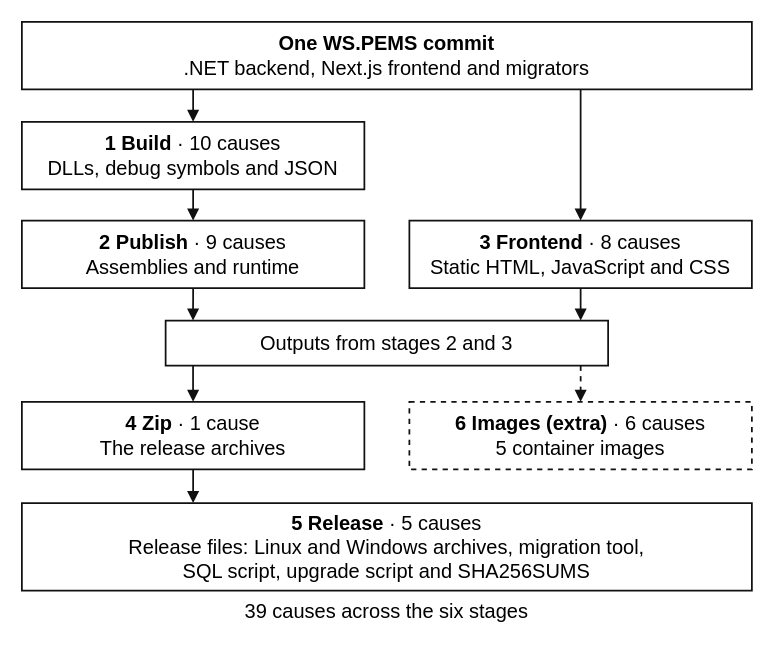
This is 1-ws-pems/figures/rq1-stages-overview.drawio from leosakharoff/dotnet-rebuild-experiments, a draw.io file, before an edit. Source tidied: cells renumbered, new cells numbered last; positions are measured from the earlier drawing's top-left corner, leaving out a move shared by most shapes. Both pictures are drawn from the tidied source at 125%, with x=0, y=0 at pixel (21, 21).
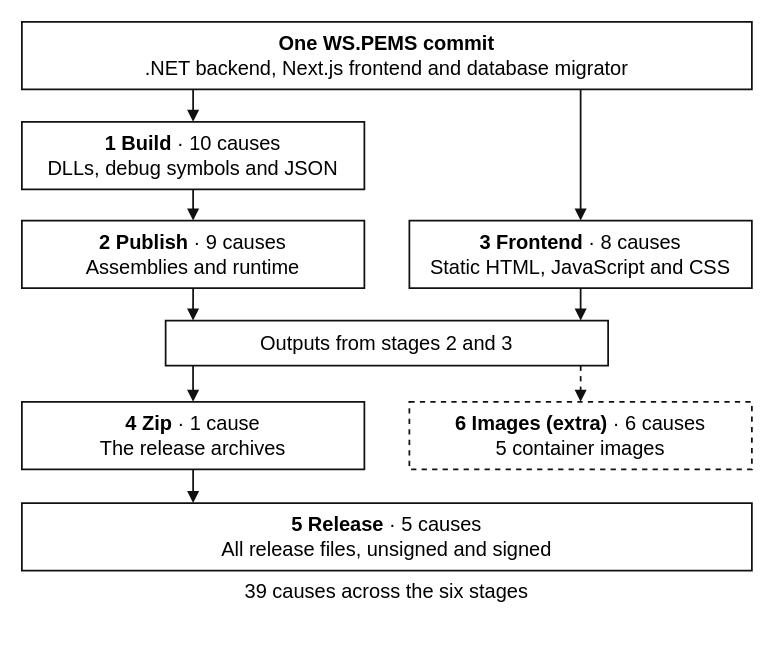
Above is the later version.

Commit message (it also covers changes not shown here):
RQ1 figures: the verification and code base figures replace the overview and repository tree; stage 5 label without the SQL script, upgrade script and checksum file

Change to the diagram source:
```diff
@@
 <mxGraphModel background="#FFFFFF">
   <root>
     <mxCell id="0" />
     <mxCell id="1" parent="0" />
-    <mxCell id="2" value="&lt;b&gt;One WS.PEMS commit&lt;/b&gt;&lt;br&gt;.NET backend, Next.js frontend and migrators" style="rounded=0;html=1;whiteSpace=wrap;align=center;verticalAlign=middle;spacing=4;fontFamily=Helvetica;fontSize=16;fontColor=#000000;fillColor=#ffffff;strokeColor=#111111;strokeWidth=1.4;" parent="1" vertex="1">
+    <mxCell id="2" value="&lt;b&gt;One WS.PEMS commit&lt;/b&gt;&lt;br&gt;.NET backend, Next.js frontend and database migrator" style="rounded=0;html=1;whiteSpace=wrap;align=center;verticalAlign=middle;spacing=4;fontFamily=Helvetica;fontSize=16;fontColor=#000000;fillColor=#ffffff;strokeColor=#111111;strokeWidth=1.4;" parent="1" vertex="1">
       <mxGeometry width="584" height="54" as="geometry" />
     </mxCell>
     <mxCell id="3" value="&lt;b&gt;1 Build&lt;/b&gt; · 10 causes&lt;br&gt;DLLs, debug symbols and JSON" style="rounded=0;html=1;whiteSpace=wrap;align=center;verticalAlign=middle;spacing=4;fontFamily=Helvetica;fontSize=16;fontColor=#000000;fillColor=#ffffff;strokeColor=#111111;strokeWidth=1.4;" parent="1" vertex="1">
       <mxGeometry y="80" width="274" height="54" as="geometry" />
     </mxCell>
     <mxCell id="4" value="&lt;b&gt;2 Publish&lt;/b&gt; · 9 causes&lt;br&gt;Assemblies and runtime" style="rounded=0;html=1;whiteSpace=wrap;align=center;verticalAlign=middle;spacing=4;fontFamily=Helvetica;fontSize=16;fontColor=#000000;fillColor=#ffffff;strokeColor=#111111;strokeWidth=1.4;" parent="1" vertex="1">
       <mxGeometry y="159" width="274" height="54" as="geometry" />
     </mxCell>
     <mxCell id="5" value="&lt;b&gt;3 Frontend&lt;/b&gt; · 8 causes&lt;br&gt;Static HTML, JavaScript and CSS" style="rounded=0;html=1;whiteSpace=wrap;align=center;verticalAlign=middle;spacing=4;fontFamily=Helvetica;fontSize=16;fontColor=#000000;fillColor=#ffffff;strokeColor=#111111;strokeWidth=1.4;" parent="1" vertex="1">
       <mxGeometry x="310" y="159" width="274" height="54" as="geometry" />
     </mxCell>
     <mxCell id="6" value="Outputs from stages 2 and 3" style="rounded=0;html=1;whiteSpace=wrap;align=center;verticalAlign=middle;spacing=4;fontFamily=Helvetica;fontSize=16;fontColor=#000000;fillColor=#ffffff;strokeColor=#111111;strokeWidth=1.4;" parent="1" vertex="1">
       <mxGeometry x="115" y="239" width="354" height="36" as="geometry" />
     </mxCell>
     <mxCell id="7" value="&lt;b&gt;4 Zip&lt;/b&gt; · 1 cause&lt;br&gt;The release archives" style="rounded=0;html=1;whiteSpace=wrap;align=center;verticalAlign=middle;spacing=4;fontFamily=Helvetica;fontSize=16;fontColor=#000000;fillColor=#ffffff;strokeColor=#111111;strokeWidth=1.4;" parent="1" vertex="1">
       <mxGeometry y="304" width="274" height="54" as="geometry" />
     </mxCell>
     <mxCell id="8" value="&lt;b&gt;6 Images (extra)&lt;/b&gt; · 6 causes&lt;br&gt;5 container images" style="rounded=0;html=1;whiteSpace=wrap;align=center;verticalAlign=middle;spacing=4;fontFamily=Helvetica;fontSize=16;fontColor=#000000;fillColor=#ffffff;strokeColor=#111111;strokeWidth=1.4;dashed=1;" parent="1" vertex="1">
       <mxGeometry x="310" y="304" width="274" height="54" as="geometry" />
     </mxCell>
-    <mxCell id="9" value="&lt;b&gt;5 Release&lt;/b&gt; · 5 causes&lt;br&gt;Release files: Linux and Windows archives, migration tool,&lt;br&gt;SQL script, upgrade script and SHA256SUMS" style="rounded=0;html=1;whiteSpace=wrap;align=center;verticalAlign=middle;spacing=4;fontFamily=Helvetica;fontSize=16;fontColor=#000000;fillColor=#ffffff;strokeColor=#111111;strokeWidth=1.4;" parent="1" vertex="1">
-      <mxGeometry y="385" width="584" height="70" as="geometry" />
+    <mxCell id="9" value="&lt;b&gt;5 Release&lt;/b&gt; · 5 causes&lt;br&gt;All release files, unsigned and signed" style="rounded=0;html=1;whiteSpace=wrap;align=center;verticalAlign=middle;spacing=4;fontFamily=Helvetica;fontSize=16;fontColor=#000000;fillColor=#ffffff;strokeColor=#111111;strokeWidth=1.4;" parent="1" vertex="1">
+      <mxGeometry y="385" width="584" height="54" as="geometry" />
     </mxCell>
     <mxCell id="10" value="39 causes across the six stages" style="rounded=0;html=1;whiteSpace=wrap;align=center;verticalAlign=middle;spacing=4;fontFamily=Helvetica;fontSize=16;fontColor=#000000;fillColor=#ffffff;strokeColor=#111111;strokeWidth=1.4;strokeColor=none;fillColor=none;" parent="1" vertex="1">
-      <mxGeometry y="458" width="584" height="26" as="geometry" />
+      <mxGeometry y="442" width="584" height="26" as="geometry" />
     </mxCell>
     <mxCell id="11" style="edgeStyle=none;rounded=0;html=1;endArrow=block;endFill=1;strokeColor=#111111;strokeWidth=1.4;exitX=0.2346;exitY=1;entryX=0.5;entryY=0;" parent="1" edge="1" source="2" target="3">
       <mxGeometry relative="1" as="geometry" />
     </mxCell>
     <mxCell id="12" style="edgeStyle=none;rounded=0;html=1;endArrow=block;endFill=1;strokeColor=#111111;strokeWidth=1.4;exitX=0.7654;exitY=1;entryX=0.5;entryY=0;" parent="1" edge="1" source="2" target="5">
       <mxGeometry relative="1" as="geometry" />
     </mxCell>
     <mxCell id="13" style="edgeStyle=none;rounded=0;html=1;endArrow=block;endFill=1;strokeColor=#111111;strokeWidth=1.4;exitX=0.5;exitY=1;entryX=0.5;entryY=0;" parent="1" edge="1" source="3" target="4">
       <mxGeometry relative="1" as="geometry" />
     </mxCell>
     <mxCell id="14" style="edgeStyle=none;rounded=0;html=1;endArrow=block;endFill=1;strokeColor=#111111;strokeWidth=1.4;exitX=0.5;exitY=1;entryX=0.062;entryY=0;" parent="1" edge="1" source="4" target="6">
       <mxGeometry relative="1" as="geometry" />
     </mxCell>
     <mxCell id="15" style="edgeStyle=none;rounded=0;html=1;endArrow=block;endFill=1;strokeColor=#111111;strokeWidth=1.4;exitX=0.5;exitY=1;entryX=0.938;entryY=0;" parent="1" edge="1" source="5" target="6">
       <mxGeometry relative="1" as="geometry" />
     </mxCell>
     <mxCell id="16" style="edgeStyle=none;rounded=0;html=1;endArrow=block;endFill=1;strokeColor=#111111;strokeWidth=1.4;exitX=0.062;exitY=1;entryX=0.5;entryY=0;" parent="1" edge="1" source="6" target="7">
       <mxGeometry relative="1" as="geometry" />
     </mxCell>
     <mxCell id="17" style="edgeStyle=none;rounded=0;html=1;endArrow=block;endFill=1;strokeColor=#111111;strokeWidth=1.4;exitX=0.938;exitY=1;entryX=0.5;entryY=0;dashed=1;" parent="1" edge="1" source="6" target="8">
       <mxGeometry relative="1" as="geometry" />
     </mxCell>
     <mxCell id="18" style="edgeStyle=none;rounded=0;html=1;endArrow=block;endFill=1;strokeColor=#111111;strokeWidth=1.4;exitX=0.5;exitY=1;entryX=0.2346;entryY=0;" parent="1" edge="1" source="7" target="9">
       <mxGeometry relative="1" as="geometry" />
     </mxCell>
   </root>
 </mxGraphModel>
```
